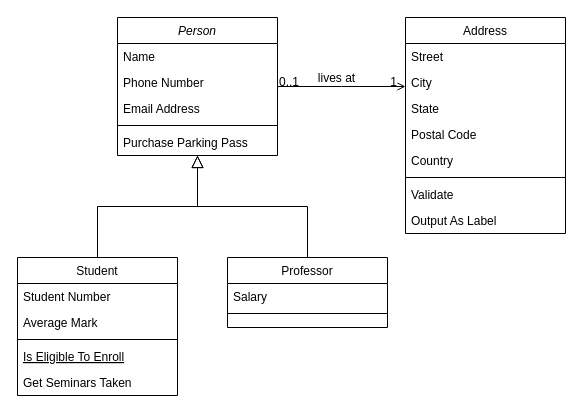
Above: Untitled Diagram.drawio in jzhou-k/Foo (draw.io), before the change. Source tidied: cells renumbered, new cells numbered last; positions are measured from the earlier drawing's top-left corner, leaving out a move shared by most shapes. Both pictures are drawn from the tidied source at 100%, with x=0, y=0 at pixel (17, 17).
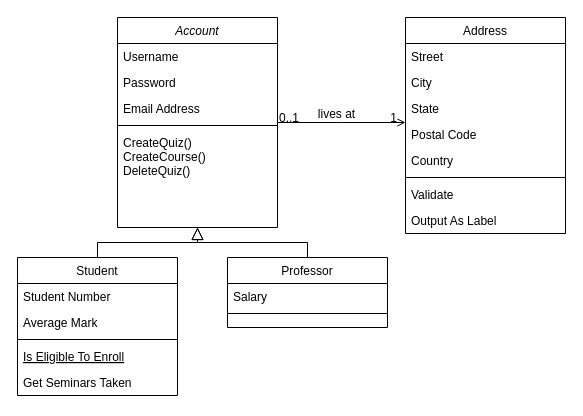
After the change.

The edit, as a diff of the source:
```diff
@@
-    <mxCell id="2" value="Person" style="swimlane;fontStyle=2;align=center;verticalAlign=top;horizontal=1;startSize=26;rounded=0;shadow=0;strokeWidth=1;" parent="1" vertex="1">
-      <mxGeometry x="100" width="160" height="138" as="geometry" />
+    <mxCell id="2" value="Account" style="swimlane;fontStyle=2;align=center;verticalAlign=top;horizontal=1;startSize=26;rounded=0;shadow=0;strokeWidth=1;" parent="1" vertex="1">
+      <mxGeometry x="100" width="160" height="210" as="geometry" />
     </mxCell>
-    <mxCell id="3" value="Name" style="text;align=left;verticalAlign=top;spacingLeft=4;spacingRight=4;overflow=hidden;" parent="2" vertex="1">
+    <mxCell id="3" value="Username " style="text;align=left;verticalAlign=top;spacingLeft=4;spacingRight=4;overflow=hidden;" parent="2" vertex="1">
       <mxGeometry y="26" width="160" height="26" as="geometry" />
     </mxCell>
-    <mxCell id="4" value="Phone Number" style="text;align=left;verticalAlign=top;spacingLeft=4;spacingRight=4;overflow=hidden;rounded=0;shadow=0;html=0;" parent="2" vertex="1">
+    <mxCell id="4" value="Password" style="text;align=left;verticalAlign=top;spacingLeft=4;spacingRight=4;overflow=hidden;rounded=0;shadow=0;html=0;" parent="2" vertex="1">
       <mxGeometry y="52" width="160" height="26" as="geometry" />
     </mxCell>
@@
-    <mxCell id="7" value="Purchase Parking Pass" style="text;align=left;verticalAlign=top;spacingLeft=4;spacingRight=4;overflow=hidden;" parent="2" vertex="1">
-      <mxGeometry y="112" width="160" height="26" as="geometry" />
+    <mxCell id="7" value="CreateQuiz()&#10;CreateCourse() &#10;DeleteQuiz()  &#10;" style="text;align=left;verticalAlign=top;spacingLeft=4;spacingRight=4;overflow=hidden;" parent="2" vertex="1">
+      <mxGeometry y="112" width="160" height="98" as="geometry" />
     </mxCell>
```
